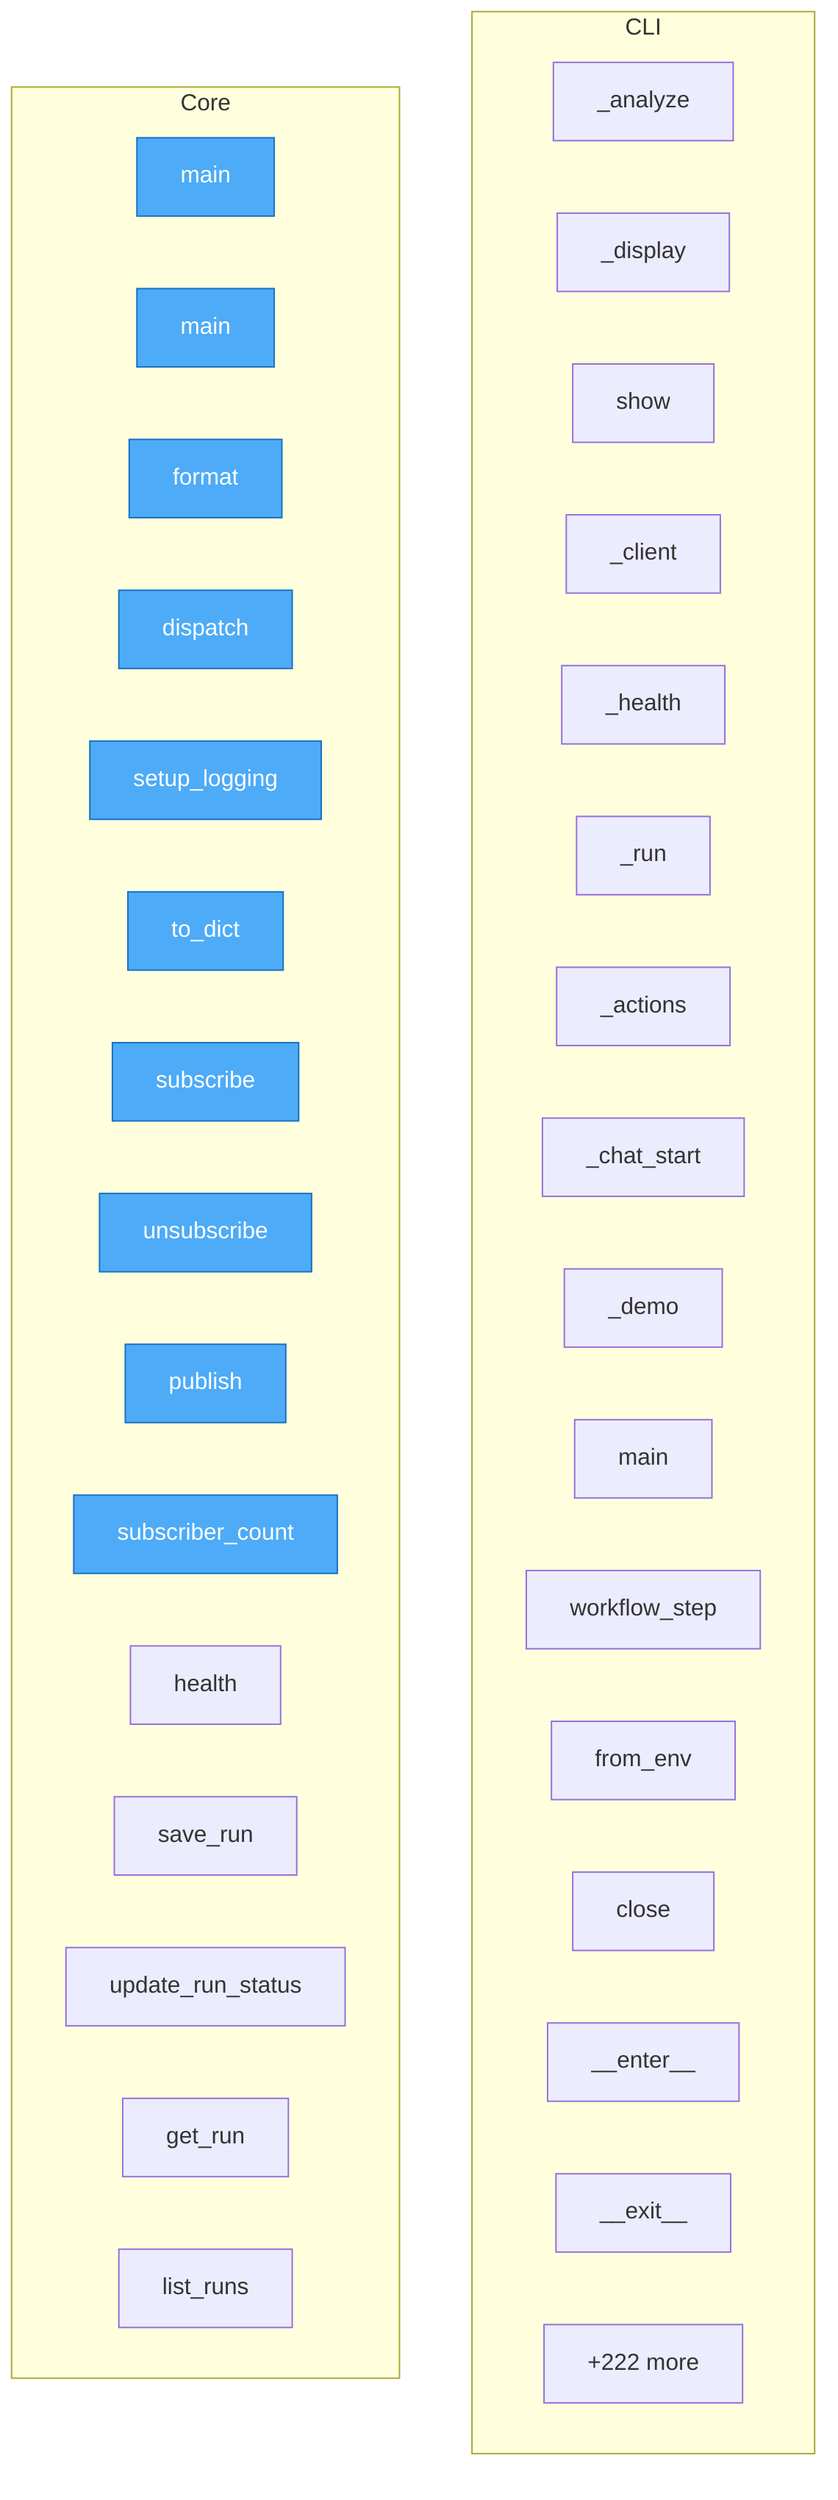
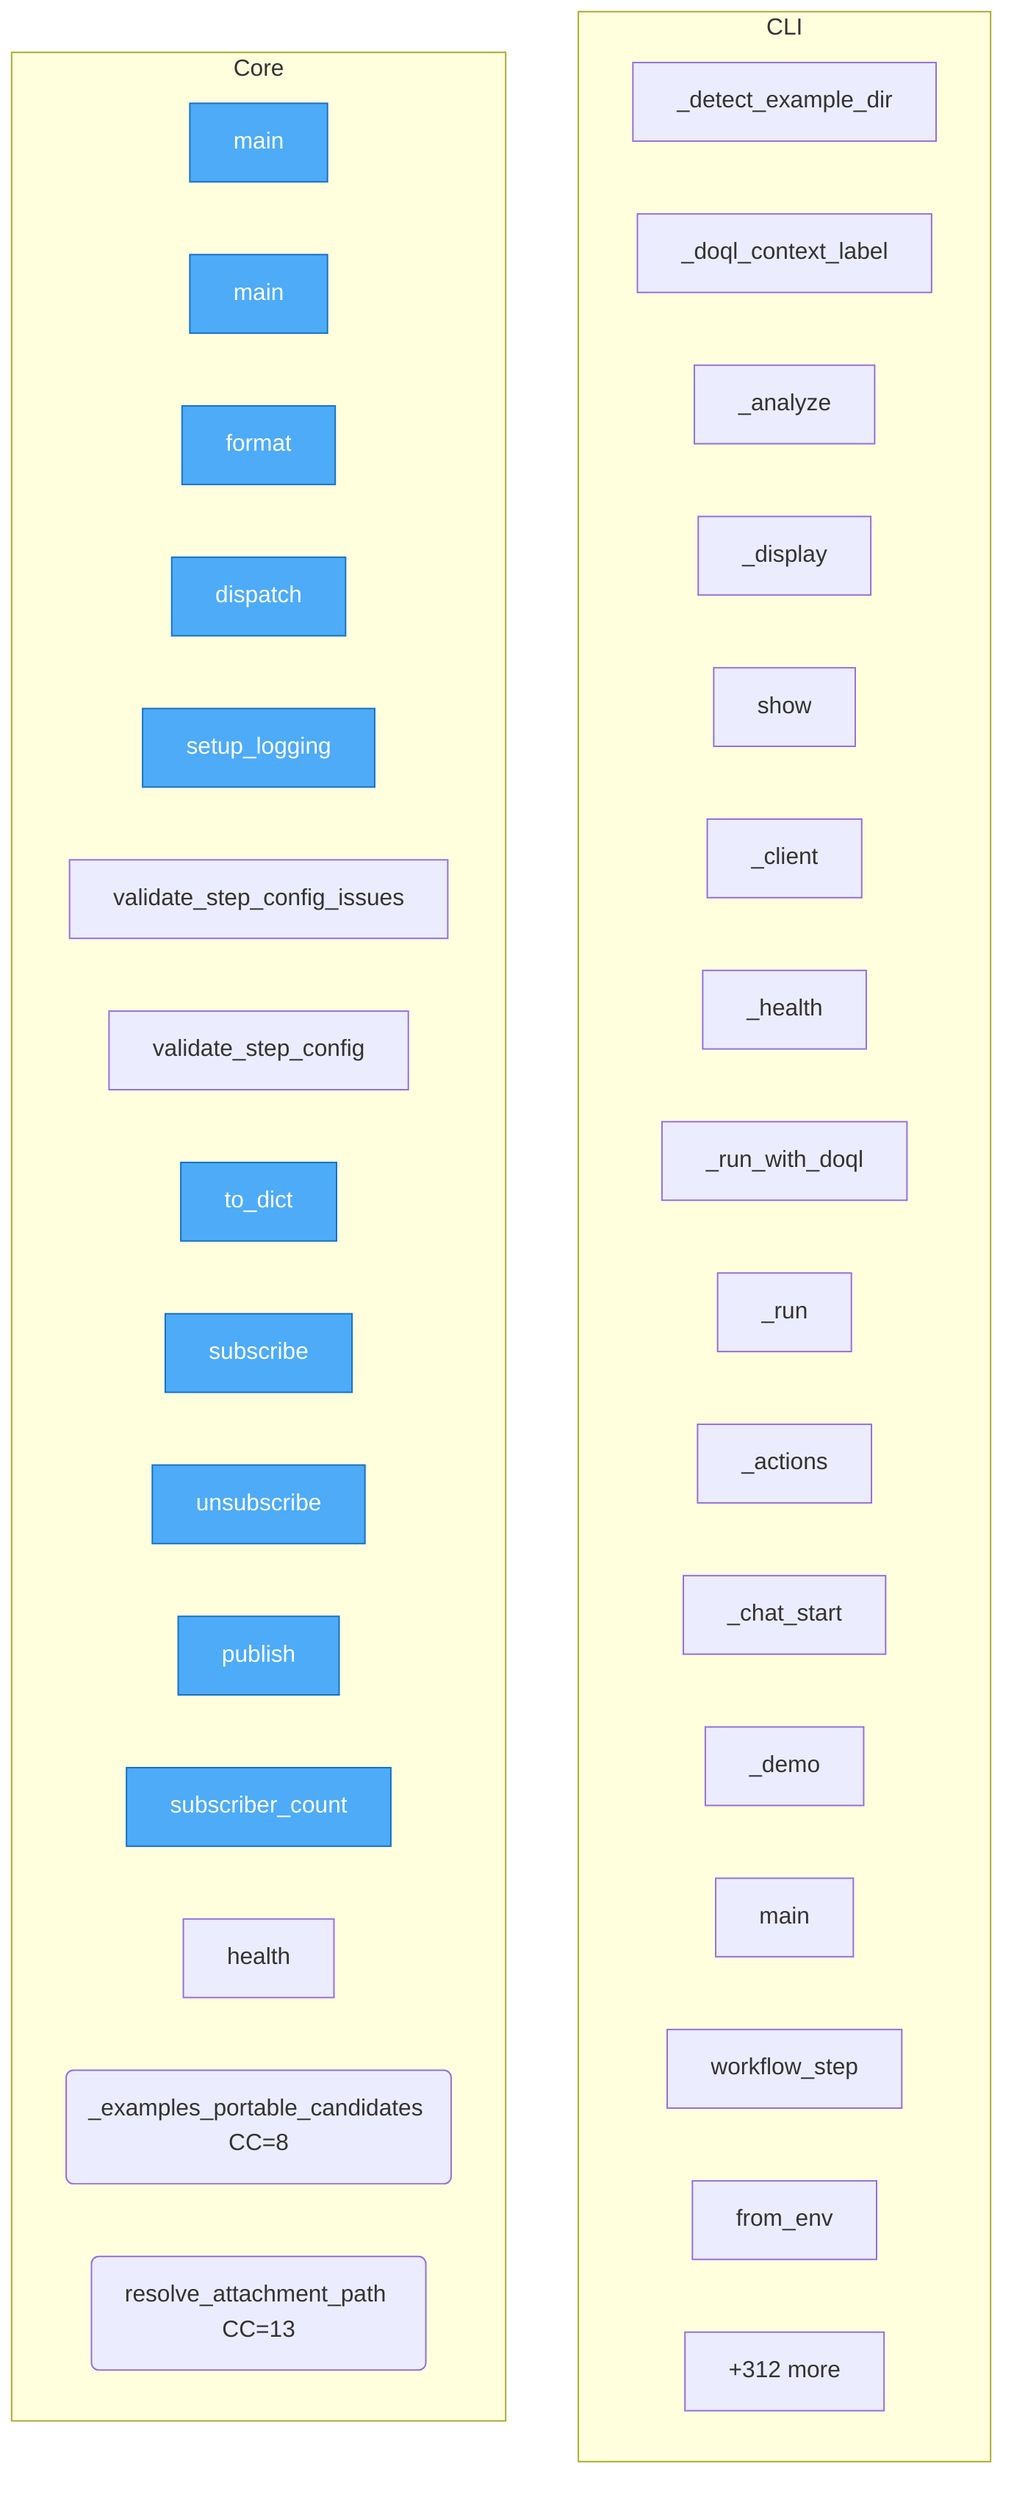
flowchart TD
- %% generated in 0.02s
+ %% generated in 0.05s

    %% Entry points (blue)
    classDef entry fill:#4dabf7,stroke:#1971c2,color:#fff

    subgraph CLI
+         nlp2dsl_sdk__cli___detect_example_dir["_detect_example_dir"]
+         nlp2dsl_sdk__cli___doql_context_label["_doql_context_label"]
        nlp2dsl_sdk__cli___analyze["_analyze"]
        nlp2dsl_sdk__cli___display["_display"]
        nlp2dsl_sdk__cli__show["show"]
        nlp2dsl_sdk__cli___client["_client"]
        nlp2dsl_sdk__cli___health["_health"]
+         nlp2dsl_sdk__cli___run_with_doql["_run_with_doql"]
        nlp2dsl_sdk__cli___run["_run"]
        nlp2dsl_sdk__cli___actions["_actions"]
        nlp2dsl_sdk__cli___chat_start["_chat_start"]
        nlp2dsl_sdk__cli___demo["_demo"]
        nlp2dsl_sdk__cli__main["main"]
        nlp2dsl_sdk__client__workflow_step["workflow_step"]
        nlp2dsl_sdk__client__NLP2DSLClient__from_env["from_env"]
-         nlp2dsl_sdk__client__NLP2DSLClient__close["close"]
-         nlp2dsl_sdk__client__NLP2DSLClient____enter__["__enter__"]
-         nlp2dsl_sdk__client__NLP2DSLClient____exit__["__exit__"]
-         ...["+44 more"]
+         ...["+56 more"]
    end

    subgraph Core
        tauri_wrapper__src_tauri__build__main["main"]
        tauri_wrapper__src_tauri__src__main__main["main"]
        backend__app__logging_setup__JSONFormatter__format["format"]
        backend__app__logging_setup__RequestIDMiddleware__dispatch["dispatch"]
        backend__app__logging_setup__setup_logging["setup_logging"]
+         backend__app__step_validator__validate_step_config_issues["validate_step_config_issues"]
+         backend__app__step_validator__validate_step_config["validate_step_config"]
        backend__app__workflow_events__WorkflowEvent__to_dict["to_dict"]
        backend__app__workflow_events__WorkflowEventHub__subscribe["subscribe"]
        backend__app__workflow_events__WorkflowEventHub__unsubscribe["unsubscribe"]
        backend__app__workflow_events__WorkflowEventHub__publish["publish"]
        backend__app__workflow_events__WorkflowEventHub__subscriber_count["subscriber_count"]
        backend__app__main__health["health"]
-         backend__app__db__memory__MemoryWorkflowRepo__save_run["save_run"]
-         backend__app__db__memory__MemoryWorkflowRepo__update_run_status["update_run_status"]
-         backend__app__db__memory__MemoryWorkflowRepo__get_run["get_run"]
-         backend__app__db__memory__MemoryWorkflowRepo__list_runs["list_runs"]
-         ...["+222 more"]
+         backend__app__path_resolve___examples_portable_candidates("_examples_portable_candidates CC=8")
+         backend__app__path_resolve__resolve_attachment_path("resolve_attachment_path CC=13")
+         ...["+312 more"]
    end

    class tauri_wrapper__src_tauri__build__main,tauri_wrapper__src_tauri__src__main__main,backend__app__logging_setup__JSONFormatter__format,backend__app__logging_setup__RequestIDMiddleware__dispatch,backend__app__logging_setup__setup_logging,backend__app__workflow_events__WorkflowEvent__to_dict,backend__app__workflow_events__WorkflowEventHub__subscribe,backend__app__workflow_events__WorkflowEventHub__unsubscribe,backend__app__workflow_events__WorkflowEventHub__publish,backend__app__workflow_events__WorkflowEventHub__subscriber_count entry
